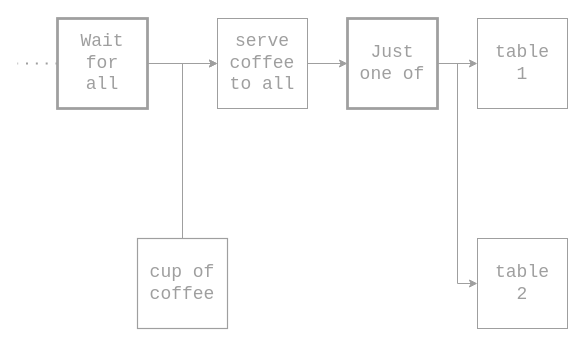
disco85/myblog keeps this draw.io diagram as _SRC/assets/drawio/Algo_as_Grafcet2.drawio. Above is the earlier version. Source tidied: cells renumbered, new cells numbered last; positions are measured from the earlier drawing's top-left corner, leaving out a move shared by most shapes. Both pictures are drawn from the tidied source at 100%, with x=0, y=0 at pixel (17, 18).
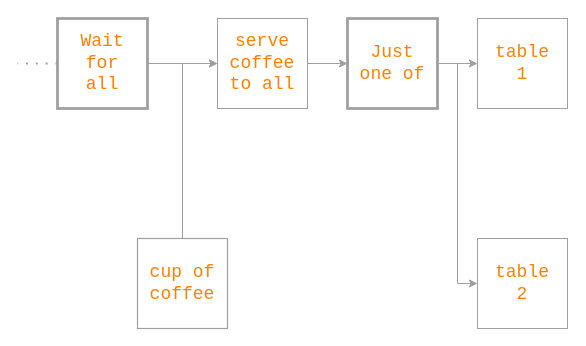
Above is the later version.

What changed in the source:
```diff
@@
-    <mxCell id="2" style="edgeStyle=orthogonalEdgeStyle;shape=connector;rounded=0;jettySize=auto;html=1;exitX=1;exitY=0.5;exitDx=0;exitDy=0;exitPerimeter=0;entryX=0;entryY=0.5;entryDx=0;entryDy=0;strokeColor=#9F9F9F;align=center;verticalAlign=middle;fontFamily=Monospace;fontSize=18;fontColor=#9F9F9F;labelBackgroundColor=default;endArrow=classic;" parent="1" edge="1" source="3" target="17">
+    <mxCell id="2" style="edgeStyle=orthogonalEdgeStyle;shape=connector;rounded=0;jettySize=auto;html=1;exitX=1;exitY=0.5;exitDx=0;exitDy=0;exitPerimeter=0;entryX=0;entryY=0.5;entryDx=0;entryDy=0;strokeColor=light-dark(#9F9F9F,#FF8000);align=center;verticalAlign=middle;fontFamily=Monospace;fontSize=18;fontColor=#FF8000;labelBackgroundColor=default;endArrow=classic;" parent="1" edge="1" source="3" target="17">
       <mxGeometry relative="1" as="geometry" />
     </mxCell>
-    <mxCell id="3" value="serve&lt;div&gt;coffee&lt;/div&gt;&lt;div&gt;to all&lt;/div&gt;" style="text;html=1;whiteSpace=wrap;strokeColor=#9F9F9F;fillColor=none;align=center;verticalAlign=middle;rounded=0;fontSize=18;points=[[0,0,0,0,0],[0,0.25,0,0,0],[0,0.5,0,0,0],[0,0.75,0,0,0],[0,1,0,0,0],[0.25,0,0,0,0],[0.25,1,0,0,0],[0.4,1,0,0,0],[0.5,0,0,0,0],[0.5,1,0,0,0],[0.63,1,0,0,0],[0.75,0,0,0,0],[0.75,1,0,0,0],[1,0,0,0,0],[1,0.25,0,0,0],[1,0.5,0,0,0],[1,0.75,0,0,0],[1,1,0,0,0]];fontColor=#9F9F9F;fontFamily=Monospace;" parent="1" vertex="1">
+    <mxCell id="3" value="serve&lt;div&gt;coffee&lt;/div&gt;&lt;div&gt;to all&lt;/div&gt;" style="text;html=1;whiteSpace=wrap;strokeColor=light-dark(#9F9F9F,#FF8000);fillColor=none;align=center;verticalAlign=middle;rounded=0;fontSize=18;points=[[0,0,0,0,0],[0,0.25,0,0,0],[0,0.5,0,0,0],[0,0.75,0,0,0],[0,1,0,0,0],[0.25,0,0,0,0],[0.25,1,0,0,0],[0.4,1,0,0,0],[0.5,0,0,0,0],[0.5,1,0,0,0],[0.63,1,0,0,0],[0.75,0,0,0,0],[0.75,1,0,0,0],[1,0,0,0,0],[1,0.25,0,0,0],[1,0.5,0,0,0],[1,0.75,0,0,0],[1,1,0,0,0]];fontColor=#FF8000;fontFamily=Monospace;" parent="1" vertex="1">
       <mxGeometry x="200" width="90" height="90" as="geometry" />
     </mxCell>
@@
-    <mxCell id="10" style="edgeStyle=orthogonalEdgeStyle;shape=connector;rounded=0;jettySize=auto;html=1;exitX=0;exitY=0.5;exitDx=0;exitDy=0;strokeColor=#9F9F9F;align=center;verticalAlign=middle;fontFamily=Monospace;fontSize=18;fontColor=#9F9F9F;labelBackgroundColor=default;endArrow=none;endFill=0;dashed=1;dashPattern=1 4;strokeWidth=1.9685;" parent="1" edge="1" source="11">
+    <mxCell id="10" style="edgeStyle=orthogonalEdgeStyle;shape=connector;rounded=0;jettySize=auto;html=1;exitX=0;exitY=0.5;exitDx=0;exitDy=0;strokeColor=light-dark(#9F9F9F,#FF8000);align=center;verticalAlign=middle;fontFamily=Monospace;fontSize=18;fontColor=#FF8000;labelBackgroundColor=default;endArrow=none;endFill=0;dashed=1;dashPattern=1 4;strokeWidth=1.9685;" parent="1" edge="1" source="11">
       <mxGeometry relative="1" as="geometry">
         <mxPoint y="45" as="targetPoint" />
       </mxGeometry>
     </mxCell>
-    <mxCell id="11" value="Wait&lt;div&gt;for&lt;/div&gt;&lt;div&gt;all&lt;/div&gt;" style="text;html=1;whiteSpace=wrap;strokeColor=#9F9F9F;fillColor=none;align=center;verticalAlign=middle;rounded=0;fontSize=18;fontColor=#9F9F9F;fontFamily=Monospace;strokeWidth=2.7558999999999996;" parent="1" vertex="1">
+    <mxCell id="11" value="Wait&lt;div&gt;for&lt;/div&gt;&lt;div&gt;all&lt;/div&gt;" style="text;html=1;whiteSpace=wrap;strokeColor=light-dark(#9F9F9F,#FF8000);fillColor=none;align=center;verticalAlign=middle;rounded=0;fontSize=18;fontColor=#FF8000;fontFamily=Monospace;strokeWidth=2.7558999999999996;" parent="1" vertex="1">
       <mxGeometry x="40" width="90" height="90" as="geometry" />
     </mxCell>
-    <mxCell id="12" style="edgeStyle=orthogonalEdgeStyle;rounded=0;jettySize=auto;html=1;exitX=1;exitY=0.5;exitDx=0;exitDy=0;entryX=0;entryY=0.5;entryDx=0;entryDy=0;entryPerimeter=0;strokeColor=#9F9F9F;align=center;verticalAlign=middle;fontFamily=Monospace;fontSize=18;fontColor=#9F9F9F;labelBackgroundColor=default;endArrow=classic;" parent="1" edge="1" source="11" target="3">
+    <mxCell id="12" style="edgeStyle=orthogonalEdgeStyle;rounded=0;jettySize=auto;html=1;exitX=1;exitY=0.5;exitDx=0;exitDy=0;entryX=0;entryY=0.5;entryDx=0;entryDy=0;entryPerimeter=0;strokeColor=light-dark(#9F9F9F,#FF8000);align=center;verticalAlign=middle;fontFamily=Monospace;fontSize=18;fontColor=#FF8000;labelBackgroundColor=default;endArrow=classic;" parent="1" edge="1" source="11" target="3">
       <mxGeometry relative="1" as="geometry" />
     </mxCell>
-    <mxCell id="13" value="table&lt;div&gt;1&lt;/div&gt;" style="text;html=1;whiteSpace=wrap;strokeColor=#9F9F9F;fillColor=none;align=center;verticalAlign=middle;rounded=0;fontSize=18;points=[[0,0,0,0,0],[0,0.25,0,0,0],[0,0.5,0,0,0],[0,0.75,0,0,0],[0,1,0,0,0],[0.25,0,0,0,0],[0.25,1,0,0,0],[0.4,1,0,0,0],[0.5,0,0,0,0],[0.5,1,0,0,0],[0.63,1,0,0,0],[0.75,0,0,0,0],[0.75,1,0,0,0],[1,0,0,0,0],[1,0.25,0,0,0],[1,0.5,0,0,0],[1,0.75,0,0,0],[1,1,0,0,0]];fontColor=#9F9F9F;fontFamily=Monospace;" parent="1" vertex="1">
+    <mxCell id="13" value="table&lt;div&gt;1&lt;/div&gt;" style="text;html=1;whiteSpace=wrap;strokeColor=light-dark(#9F9F9F,#FF8000);fillColor=none;align=center;verticalAlign=middle;rounded=0;fontSize=18;points=[[0,0,0,0,0],[0,0.25,0,0,0],[0,0.5,0,0,0],[0,0.75,0,0,0],[0,1,0,0,0],[0.25,0,0,0,0],[0.25,1,0,0,0],[0.4,1,0,0,0],[0.5,0,0,0,0],[0.5,1,0,0,0],[0.63,1,0,0,0],[0.75,0,0,0,0],[0.75,1,0,0,0],[1,0,0,0,0],[1,0.25,0,0,0],[1,0.5,0,0,0],[1,0.75,0,0,0],[1,1,0,0,0]];fontColor=#FF8000;fontFamily=Monospace;" parent="1" vertex="1">
       <mxGeometry x="460" width="90" height="90" as="geometry" />
     </mxCell>
-    <mxCell id="14" value="table&lt;div&gt;2&lt;/div&gt;" style="text;html=1;whiteSpace=wrap;strokeColor=#9F9F9F;fillColor=none;align=center;verticalAlign=middle;rounded=0;fontSize=18;points=[[0,0,0,0,0],[0,0.25,0,0,0],[0,0.5,0,0,0],[0,0.75,0,0,0],[0,1,0,0,0],[0.25,0,0,0,0],[0.25,1,0,0,0],[0.4,1,0,0,0],[0.5,0,0,0,0],[0.5,1,0,0,0],[0.63,1,0,0,0],[0.75,0,0,0,0],[0.75,1,0,0,0],[1,0,0,0,0],[1,0.25,0,0,0],[1,0.5,0,0,0],[1,0.75,0,0,0],[1,1,0,0,0]];fontColor=#9F9F9F;fontFamily=Monospace;" parent="1" vertex="1">
+    <mxCell id="14" value="table&lt;div&gt;2&lt;/div&gt;" style="text;html=1;whiteSpace=wrap;strokeColor=light-dark(#9F9F9F,#FF8000);fillColor=none;align=center;verticalAlign=middle;rounded=0;fontSize=18;points=[[0,0,0,0,0],[0,0.25,0,0,0],[0,0.5,0,0,0],[0,0.75,0,0,0],[0,1,0,0,0],[0.25,0,0,0,0],[0.25,1,0,0,0],[0.4,1,0,0,0],[0.5,0,0,0,0],[0.5,1,0,0,0],[0.63,1,0,0,0],[0.75,0,0,0,0],[0.75,1,0,0,0],[1,0,0,0,0],[1,0.25,0,0,0],[1,0.5,0,0,0],[1,0.75,0,0,0],[1,1,0,0,0]];fontColor=#FF8000;fontFamily=Monospace;" parent="1" vertex="1">
       <mxGeometry x="460" y="220" width="90" height="90" as="geometry" />
     </mxCell>
-    <mxCell id="15" value="cup of&lt;div&gt;coffee&lt;/div&gt;" style="text;html=1;whiteSpace=wrap;strokeColor=#9F9F9F;fillColor=none;align=center;verticalAlign=middle;rounded=0;fontSize=18;fontColor=#9F9F9F;fontFamily=Monospace;strokeWidth=1.1810999999999998;" parent="1" vertex="1">
+    <mxCell id="15" value="cup of&lt;div&gt;coffee&lt;/div&gt;" style="text;html=1;whiteSpace=wrap;strokeColor=light-dark(#9F9F9F,#FF8000);fillColor=none;align=center;verticalAlign=middle;rounded=0;fontSize=18;fontColor=#FF8000;fontFamily=Monospace;strokeWidth=1.1810999999999998;" parent="1" vertex="1">
       <mxGeometry x="120" y="220" width="90" height="90" as="geometry" />
     </mxCell>
-    <mxCell id="16" style="edgeStyle=orthogonalEdgeStyle;shape=connector;rounded=0;jettySize=auto;html=1;exitX=0.5;exitY=0;exitDx=0;exitDy=0;entryX=0;entryY=0.5;entryDx=0;entryDy=0;entryPerimeter=0;strokeColor=#9F9F9F;align=center;verticalAlign=middle;fontFamily=Monospace;fontSize=18;fontColor=#9F9F9F;labelBackgroundColor=default;endArrow=classic;" parent="1" edge="1" source="15" target="3">
+    <mxCell id="16" style="edgeStyle=orthogonalEdgeStyle;shape=connector;rounded=0;jettySize=auto;html=1;exitX=0.5;exitY=0;exitDx=0;exitDy=0;entryX=0;entryY=0.5;entryDx=0;entryDy=0;entryPerimeter=0;strokeColor=light-dark(#9F9F9F,#FF8000);align=center;verticalAlign=middle;fontFamily=Monospace;fontSize=18;fontColor=#FF8000;labelBackgroundColor=default;endArrow=classic;" parent="1" edge="1" source="15" target="3">
       <mxGeometry relative="1" as="geometry" />
     </mxCell>
-    <mxCell id="17" value="Just&lt;div&gt;one of&lt;/div&gt;" style="text;html=1;whiteSpace=wrap;strokeColor=#9F9F9F;fillColor=none;align=center;verticalAlign=middle;rounded=0;fontSize=18;fontColor=#9F9F9F;fontFamily=Monospace;strokeWidth=2.7558999999999996;" parent="1" vertex="1">
+    <mxCell id="17" value="Just&lt;div&gt;one of&lt;/div&gt;" style="text;html=1;whiteSpace=wrap;strokeColor=light-dark(#9F9F9F,#FF8000);fillColor=none;align=center;verticalAlign=middle;rounded=0;fontSize=18;fontColor=#FF8000;fontFamily=Monospace;strokeWidth=2.7558999999999996;" parent="1" vertex="1">
       <mxGeometry x="330" width="90" height="90" as="geometry" />
     </mxCell>
-    <mxCell id="18" style="edgeStyle=orthogonalEdgeStyle;shape=connector;rounded=0;jettySize=auto;html=1;exitX=1;exitY=0.5;exitDx=0;exitDy=0;entryX=0;entryY=0.5;entryDx=0;entryDy=0;entryPerimeter=0;strokeColor=#9F9F9F;align=center;verticalAlign=middle;fontFamily=Monospace;fontSize=18;fontColor=#9F9F9F;labelBackgroundColor=default;endArrow=classic;" parent="1" edge="1" source="17" target="13">
+    <mxCell id="18" style="edgeStyle=orthogonalEdgeStyle;shape=connector;rounded=0;jettySize=auto;html=1;exitX=1;exitY=0.5;exitDx=0;exitDy=0;entryX=0;entryY=0.5;entryDx=0;entryDy=0;entryPerimeter=0;strokeColor=light-dark(#9F9F9F,#FF8000);align=center;verticalAlign=middle;fontFamily=Monospace;fontSize=18;fontColor=#FF8000;labelBackgroundColor=default;endArrow=classic;" parent="1" edge="1" source="17" target="13">
       <mxGeometry relative="1" as="geometry" />
     </mxCell>
-    <mxCell id="19" style="edgeStyle=orthogonalEdgeStyle;shape=connector;rounded=0;jettySize=auto;html=1;exitX=1;exitY=0.5;exitDx=0;exitDy=0;entryX=0;entryY=0.5;entryDx=0;entryDy=0;entryPerimeter=0;strokeColor=#9F9F9F;align=center;verticalAlign=middle;fontFamily=Monospace;fontSize=18;fontColor=#9F9F9F;labelBackgroundColor=default;endArrow=classic;" parent="1" edge="1" source="17" target="14">
+    <mxCell id="19" style="edgeStyle=orthogonalEdgeStyle;shape=connector;rounded=0;jettySize=auto;html=1;exitX=1;exitY=0.5;exitDx=0;exitDy=0;entryX=0;entryY=0.5;entryDx=0;entryDy=0;entryPerimeter=0;strokeColor=light-dark(#9F9F9F,#FF8000);align=center;verticalAlign=middle;fontFamily=Monospace;fontSize=18;fontColor=#FF8000;labelBackgroundColor=default;endArrow=classic;" parent="1" edge="1" source="17" target="14">
       <mxGeometry relative="1" as="geometry" />
     </mxCell>
```
